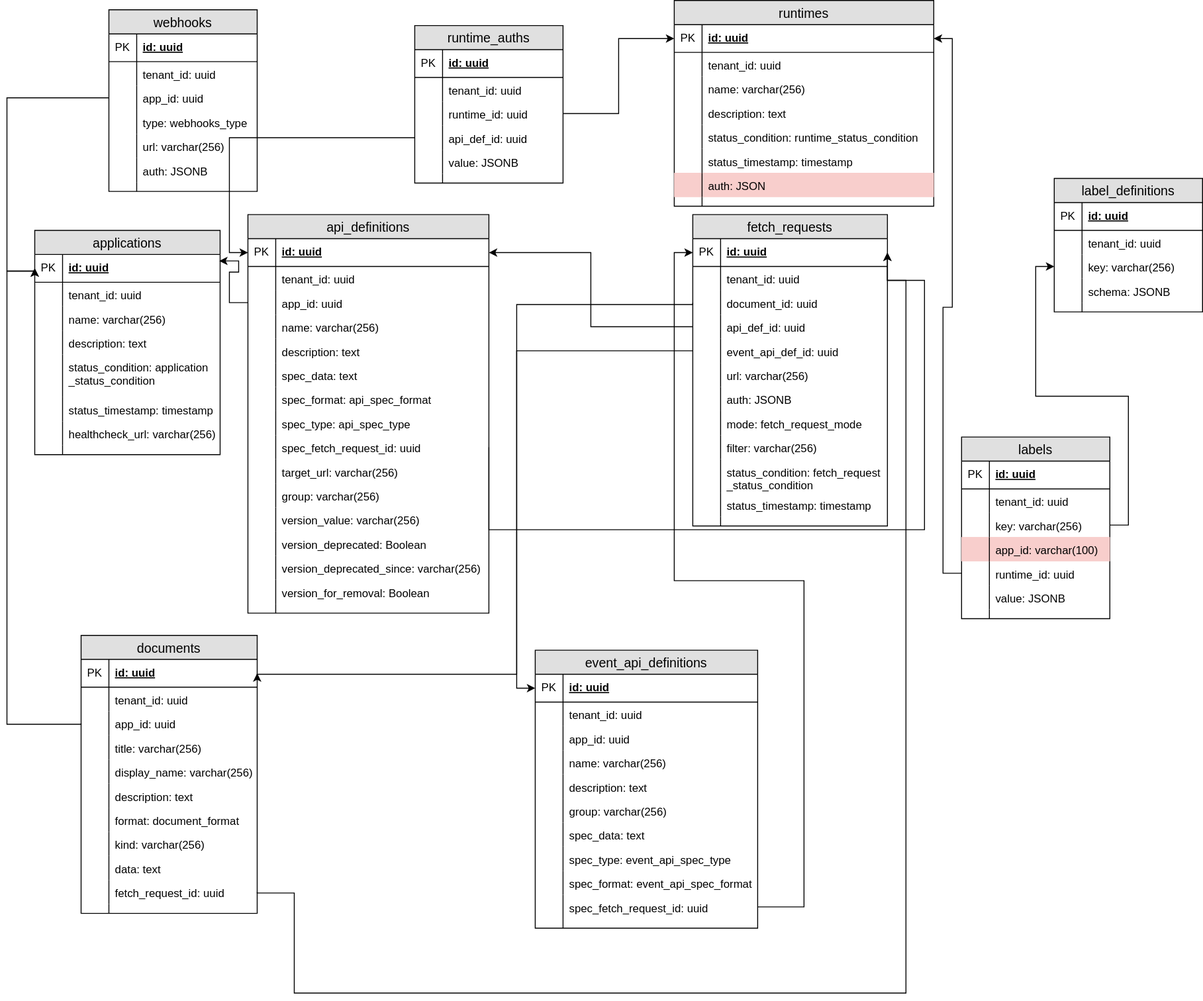
kyma-incubator/compass keeps this draw.io diagram as docs/architecture/assets/entity_diagram.svg. Above is the earlier version. Source tidied: cells renumbered, new cells last; positions are measured from the earlier drawing's top-left corner, leaving out a move shared by most shapes.
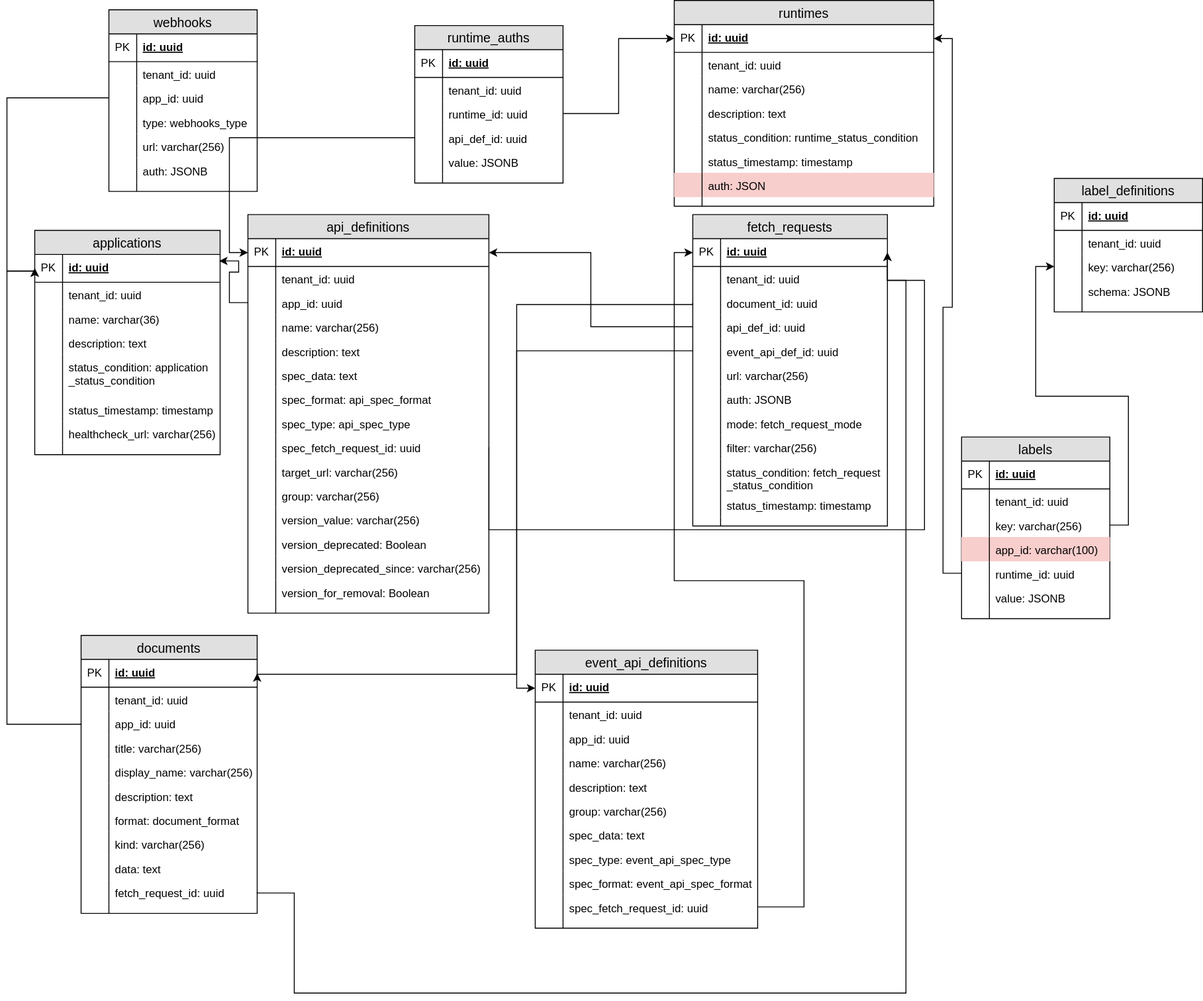
The same diagram one commit later.

Diff of the diagram source:
```diff
@@ -17,7 +17,7 @@
     <mxCell id="6" style="shape=partialRectangle;top=0;left=0;bottom=0;fillColor=none;align=left;verticalAlign=top;spacingLeft=4;spacingRight=4;overflow=hidden;fontSize=12;" parent="5" vertex="1">
       <mxGeometry width="30" height="26" as="geometry" />
     </mxCell>
-    <mxCell id="7" value="name: varchar(256)" style="shape=partialRectangle;top=0;left=0;right=0;bottom=0;align=left;verticalAlign=top;fillColor=none;spacingLeft=34;spacingRight=4;overflow=hidden;fontSize=12;" parent="2" vertex="1">
+    <mxCell id="7" value="name: varchar(36)" style="shape=partialRectangle;top=0;left=0;right=0;bottom=0;align=left;verticalAlign=top;fillColor=none;spacingLeft=34;spacingRight=4;overflow=hidden;fontSize=12;" parent="2" vertex="1">
       <mxGeometry y="82" width="200" height="26" as="geometry" />
     </mxCell>
     <mxCell id="8" style="shape=partialRectangle;top=0;left=0;bottom=0;fillColor=none;align=left;verticalAlign=top;spacingLeft=4;spacingRight=4;overflow=hidden;fontSize=12;" parent="7" vertex="1">
```
